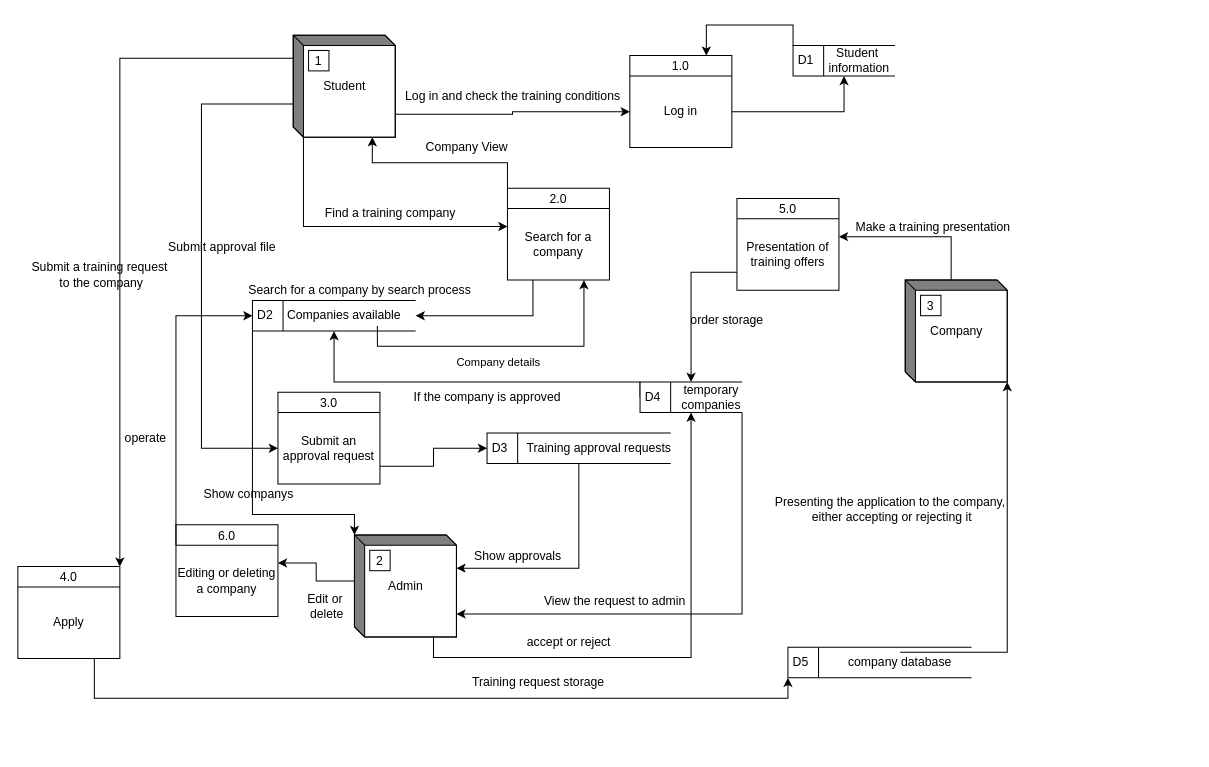
Above: e-practical training/Diagram/Data flow.drawio in Mohammadalborini/final-project (draw.io), before the change. Source tidied: cells renumbered, new cells numbered last; positions are measured from the earlier drawing's top-left corner, leaving out a move shared by most shapes. Both pictures are drawn from the tidied source at 102%, with x=0, y=0 at pixel (17, 35).
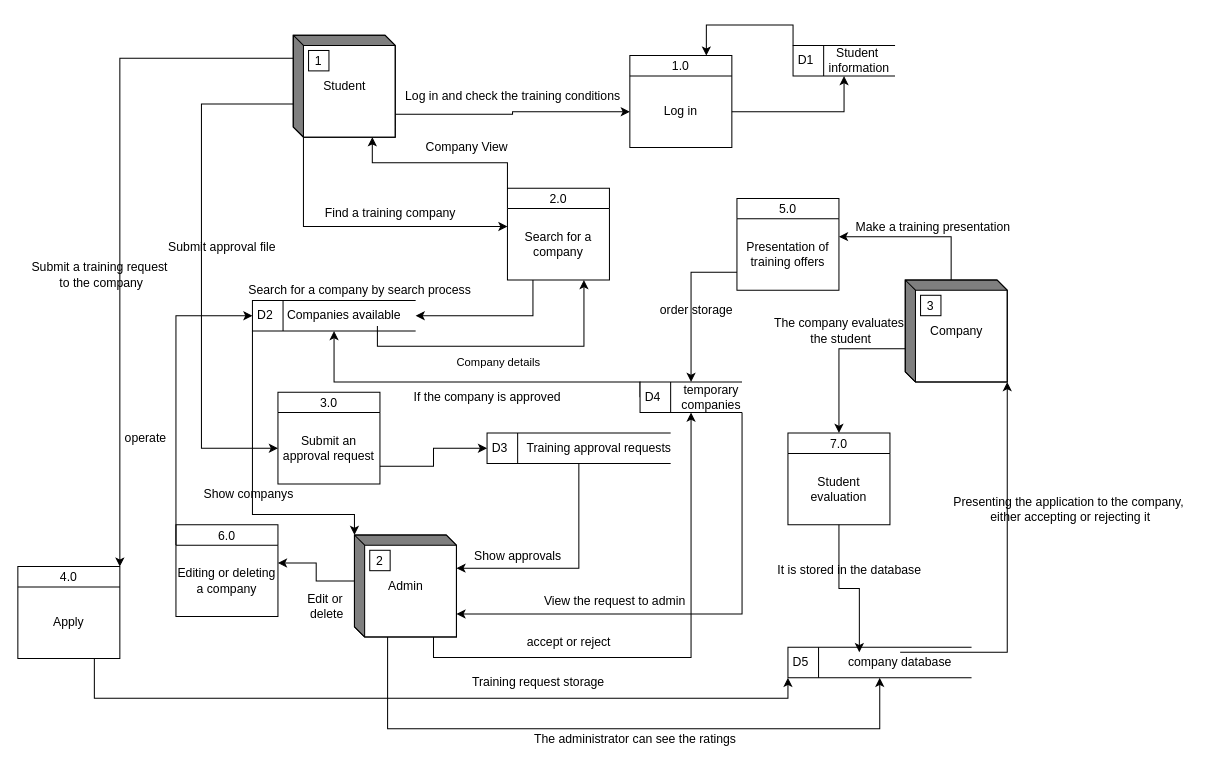
After the change.

The change refers to these unchanged cells:
```xml
<mxCell id="9" value="Company" style="html=1;dashed=0;whitespace=wrap;shape=mxgraph.dfd.externalEntity;" parent="1" vertex="1">
  <mxGeometry x="870" y="240" width="100" height="100" as="geometry" />
</mxCell>
<mxCell id="15" value="Admin" style="html=1;dashed=0;whitespace=wrap;shape=mxgraph.dfd.externalEntity;" parent="1" vertex="1">
  <mxGeometry x="330" y="490" width="100" height="100" as="geometry" />
</mxCell>
<mxCell id="53" value="D5" style="html=1;dashed=0;whitespace=wrap;shape=mxgraph.dfd.dataStoreID;align=left;spacingLeft=3;points=[[0,0],[0.5,0],[1,0],[0,0.5],[1,0.5],[0,1],[0.5,1],[1,1]];" parent="1" vertex="1">
  <mxGeometry x="755" y="600" width="180" height="30" as="geometry" />
</mxCell>
<mxCell id="55" value="company database" style="text;html=1;strokeColor=none;fillColor=none;align=center;verticalAlign=middle;whiteSpace=wrap;rounded=0;" parent="1" vertex="1">
  <mxGeometry x="785" y="605" width="160" height="20" as="geometry" />
</mxCell>
```

Diff of the diagram source:
```diff
@@
+    <mxCell id="69" style="edgeStyle=orthogonalEdgeStyle;rounded=0;jettySize=auto;html=1;exitX=0;exitY=0;exitDx=0;exitDy=67.5;exitPerimeter=0;entryX=0.5;entryY=0;entryDx=0;entryDy=0;" parent="1" edge="1" source="9" target="71">
+      <mxGeometry relative="1" as="geometry" />
+    </mxCell>
@@
+    <mxCell id="70" style="edgeStyle=orthogonalEdgeStyle;rounded=0;jettySize=auto;html=1;exitX=0;exitY=0;exitDx=32.5;exitDy=100;exitPerimeter=0;entryX=0.5;entryY=1;entryDx=0;entryDy=0;" parent="1" edge="1" source="15" target="53">
+      <mxGeometry relative="1" as="geometry">
+        <Array as="points">
+          <mxPoint x="363" y="680" />
+          <mxPoint x="845" y="680" />
+        </Array>
+      </mxGeometry>
+    </mxCell>
@@
     <mxCell id="49" value="order storage" style="text;html=1;align=center;verticalAlign=middle;" parent="1" vertex="1">
-      <mxGeometry x="650" y="270" width="90" height="20" as="geometry" />
+      <mxGeometry x="620" y="260" width="90" height="20" as="geometry" />
     </mxCell>
@@
     <mxCell id="56" value="Presenting the application to the company,&lt;br&gt;&amp;nbsp;either accepting or rejecting it" style="text;html=1;align=center;verticalAlign=middle;" parent="1" vertex="1">
-      <mxGeometry x="735" y="450" width="240" height="30" as="geometry" />
+      <mxGeometry x="910" y="450" width="240" height="30" as="geometry" />
     </mxCell>
@@
+    <mxCell id="71" value="7.0" style="swimlane;fontStyle=0;horizontal=1;startSize=20;fillColor=#ffffff;swimlaneFillColor=#ffffff;" parent="1" vertex="1">
+      <mxGeometry x="755" y="390" width="100" height="90" as="geometry" />
+    </mxCell>
+    <mxCell id="72" value="Student evaluation" style="text;html=1;strokeColor=none;fillColor=none;align=center;verticalAlign=middle;whiteSpace=wrap;rounded=0;" parent="71" vertex="1">
+      <mxGeometry y="20" width="100" height="70" as="geometry" />
+    </mxCell>
+    <mxCell id="73" value="The company evaluates&lt;br&gt;&amp;nbsp;the student" style="text;html=1;align=center;verticalAlign=middle;" parent="1" vertex="1">
+      <mxGeometry x="735" y="275" width="140" height="30" as="geometry" />
+    </mxCell>
+    <mxCell id="74" style="edgeStyle=orthogonalEdgeStyle;rounded=0;jettySize=auto;html=1;exitX=0.5;exitY=1;exitDx=0;exitDy=0;entryX=0.25;entryY=0;entryDx=0;entryDy=0;" parent="1" edge="1" source="72" target="55">
+      <mxGeometry relative="1" as="geometry" />
+    </mxCell>
+    <mxCell id="75" value="It is stored in the database" style="text;html=1;align=center;verticalAlign=middle;" parent="1" vertex="1">
+      <mxGeometry x="735" y="515" width="160" height="20" as="geometry" />
+    </mxCell>
+    <mxCell id="76" value="The administrator can see the ratings" style="text;html=1;align=center;verticalAlign=middle;" parent="1" vertex="1">
+      <mxGeometry x="500" y="680" width="210" height="20" as="geometry" />
+    </mxCell>
```
